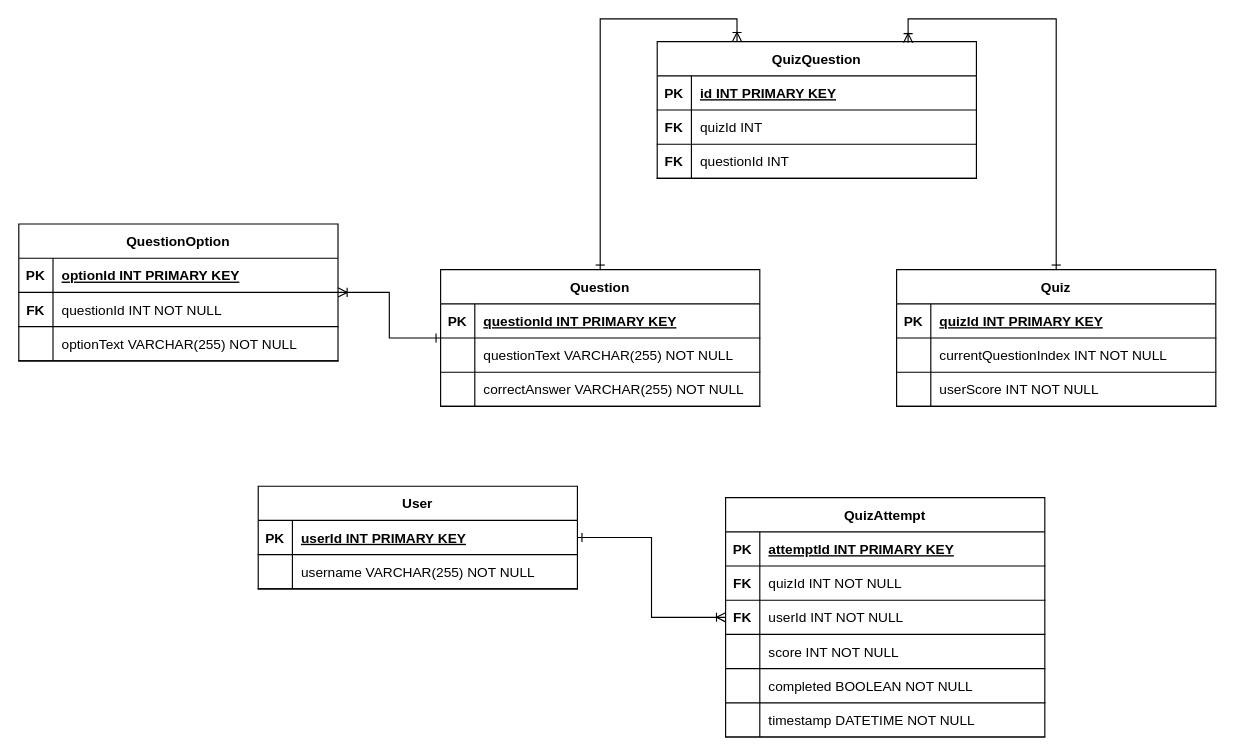
The draw.io diagram Problem 2/images/diagram/QuizDbDiagram.drawio in cosmindevelops/internship_s, before the edit. Source tidied: cells renumbered, new cells numbered last; positions are measured from the earlier drawing's top-left corner, leaving out a move shared by most shapes. Both pictures are drawn from the tidied source at 114%, with x=0, y=0 at pixel (18, 41).
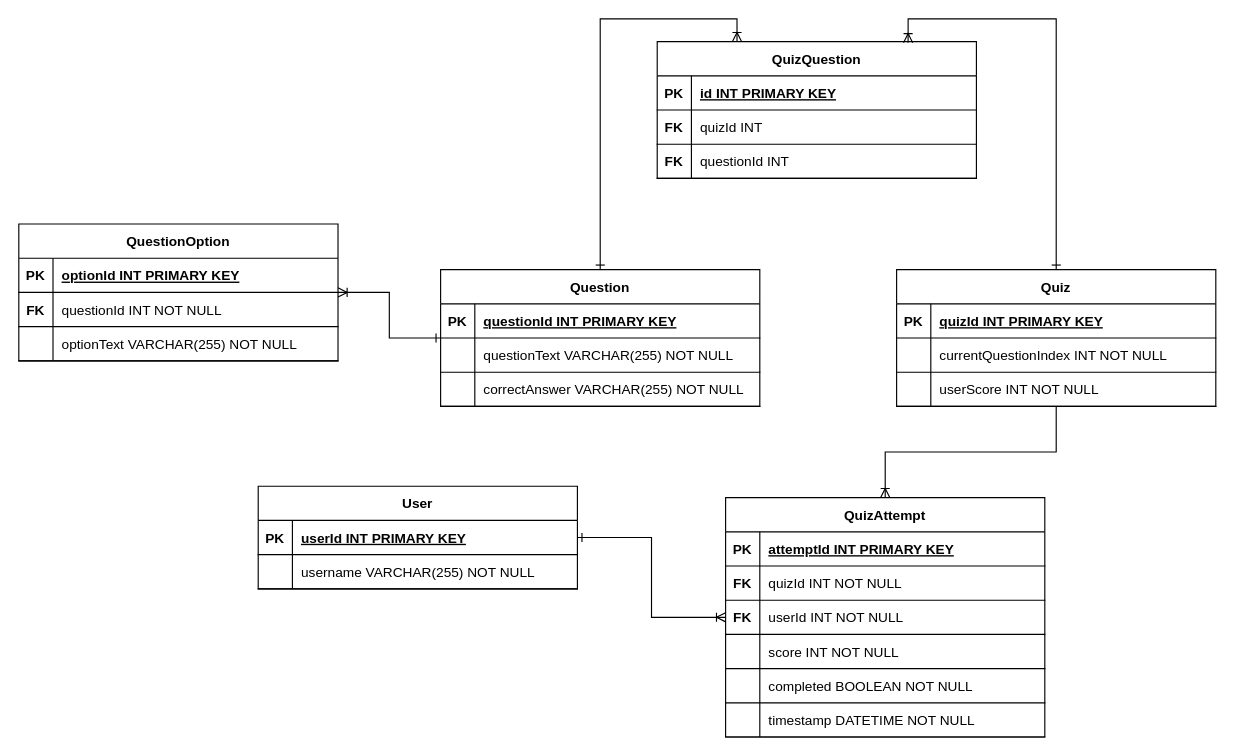
The same page after the edit.

The change refers to these unchanged cells:
```xml
<mxCell id="24" value="Quiz" style="shape=table;startSize=30;childLayout=tableLayout;rowLines=0;fontStyle=1;align=center;" parent="1" vertex="1">
  <mxGeometry x="770" y="200" width="280" height="120" as="geometry" />
</mxCell>
<mxCell id="52" value="QuizAttempt" style="shape=table;startSize=30;childLayout=tableLayout;rowLines=0;fontStyle=1;align=center;" parent="1" vertex="1">
  <mxGeometry x="620" y="400" width="280" height="210" as="geometry" />
</mxCell>
```

Change to the diagram source:
```diff
@@
+    <mxCell id="72" style="edgeStyle=orthogonalEdgeStyle;rounded=0;jettySize=auto;html=1;entryX=0.5;entryY=0;entryDx=0;entryDy=0;endArrow=ERoneToMany;endFill=0;" parent="1" edge="1" source="24" target="52">
+      <mxGeometry relative="1" as="geometry" />
+    </mxCell>
```
